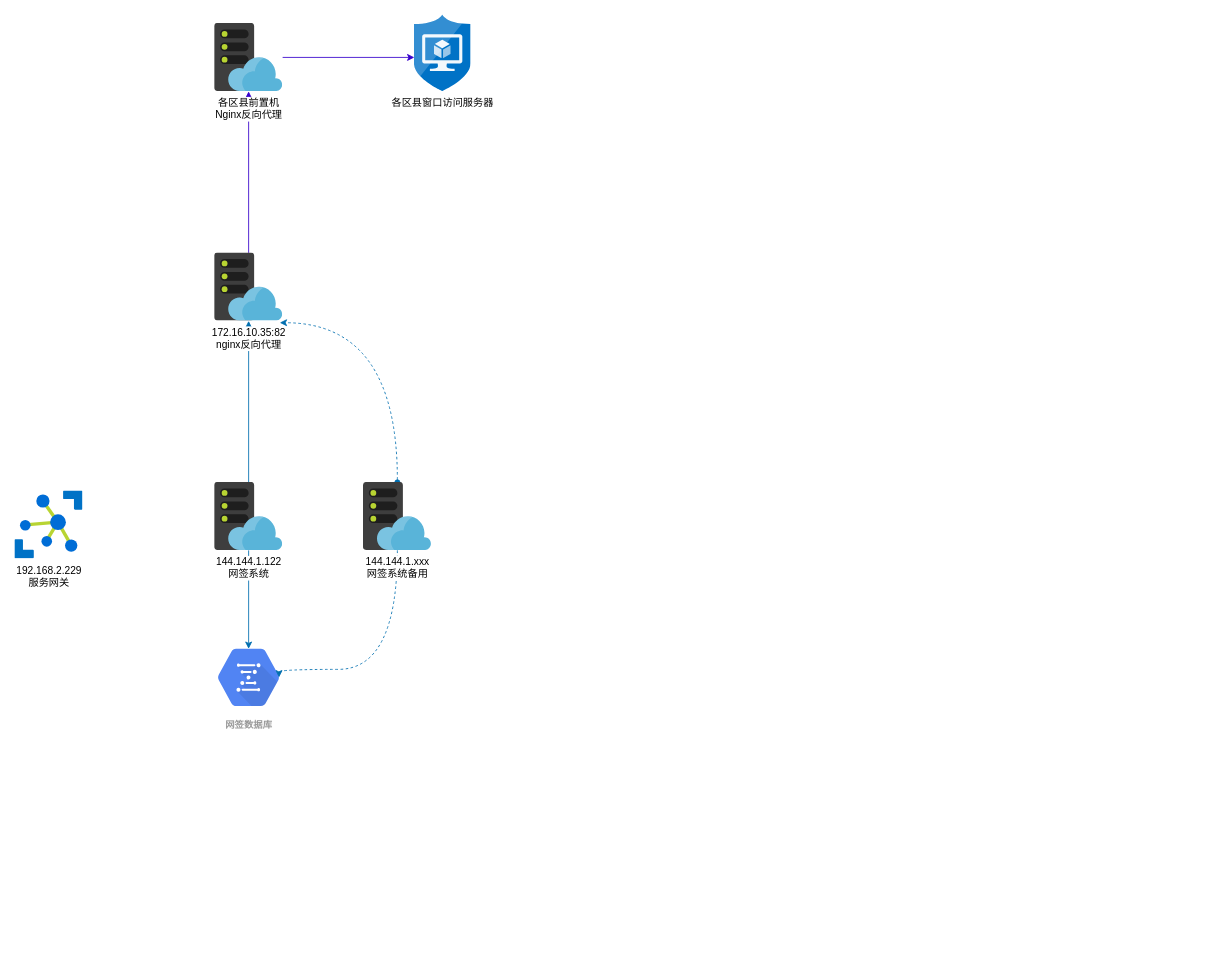
This is 未命名绘图.drawio from JalyCode/core, a draw.io file, before an edit. Source tidied: cells renumbered, new cells numbered last; positions are measured from the earlier drawing's top-left corner, leaving out a move shared by most shapes. Both pictures are drawn from the tidied source at 85%, with x=0, y=0 at pixel (14, 14).
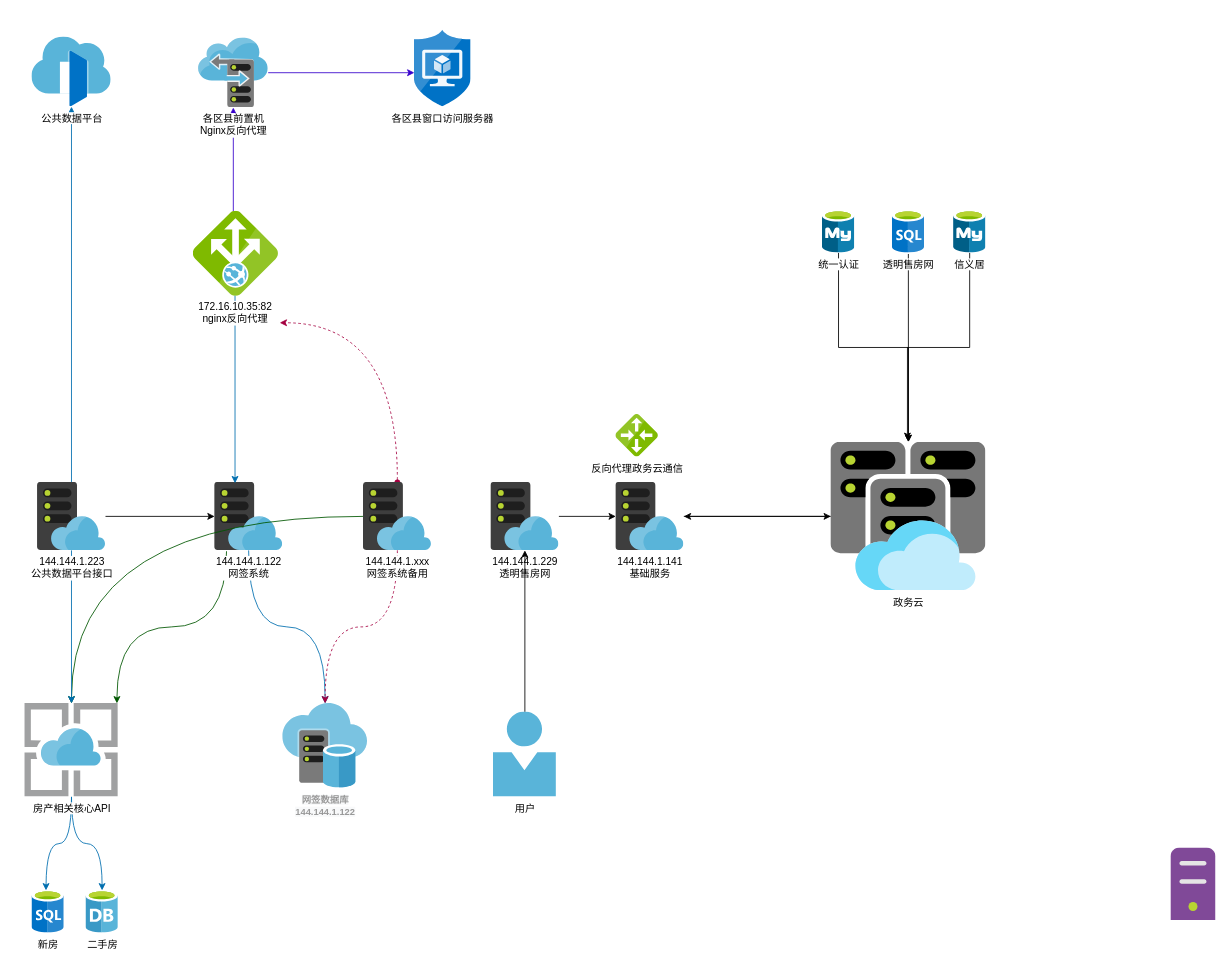
After the change.

Commit message:
更新未命名绘图.drawio

The change refers to these unchanged cells:
```xml
<mxCell id="5" value="144.144.1.122&lt;br style=&quot;box-sizing: border-box ; margin: 0px ; padding: 0px&quot;&gt;网签系统" style="html=1;points=[];align=center;image;fontSize=12;image=img/lib/mscae/WebHosting.svg;" parent="1" vertex="1">
  <mxGeometry x="235" y="550" width="80" height="80" as="geometry" />
</mxCell>
<mxCell id="14" value="144.144.1.xxx&lt;br style=&quot;box-sizing: border-box ; margin: 0px ; padding: 0px&quot;&gt;网签系统备用" style="html=1;points=[];align=center;image;fontSize=12;image=img/lib/mscae/WebHosting.svg;" parent="1" vertex="1">
  <mxGeometry x="410" y="550" width="80" height="80" as="geometry" />
</mxCell>
```

Change to the diagram source:
```diff
@@
-    <mxCell id="2" value="网签数据库" style="html=1;fillColor=#5184F3;strokeColor=none;verticalAlign=top;labelPosition=center;verticalLabelPosition=bottom;align=center;spacingTop=-6;fontSize=11;fontStyle=1;fontColor=#999999;shape=mxgraph.gcp2.hexIcon;prIcon=genomics;" parent="1" vertex="1">
-      <mxGeometry x="220" y="730" width="110" height="99" as="geometry" />
-    </mxCell>
-    <mxCell id="3" style="edgeStyle=orthogonalEdgeStyle;rounded=0;jettySize=auto;html=1;entryX=0.5;entryY=0.16;entryDx=0;entryDy=0;entryPerimeter=0;fillColor=#1ba1e2;strokeColor=#006EAF;" parent="1" edge="1" source="5" target="2">
+    <mxCell id="3" style="edgeStyle=orthogonalEdgeStyle;rounded=0;jettySize=auto;html=1;fillColor=#1ba1e2;strokeColor=#006EAF;curved=1;" parent="1" edge="1" source="5" target="45">
       <mxGeometry relative="1" as="geometry" />
     </mxCell>
-    <mxCell id="4" style="rounded=0;jettySize=auto;html=1;fillColor=#1ba1e2;strokeColor=#006EAF;" parent="1" edge="1" source="5" target="8">
-      <mxGeometry relative="1" as="geometry" />
-    </mxCell>
+    <mxCell id="16" style="edgeStyle=orthogonalEdgeStyle;rounded=0;jettySize=auto;html=1;entryX=0.986;entryY=0;entryDx=0;entryDy=0;entryPerimeter=0;curved=1;exitX=0.175;exitY=1.013;exitDx=0;exitDy=0;exitPerimeter=0;fillColor=#008a00;strokeColor=#005700;" parent="1" edge="1" source="5" target="25">
+      <mxGeometry relative="1" as="geometry" />
+    </mxCell>
@@
-    <mxCell id="6" style="edgeStyle=orthogonalEdgeStyle;rounded=0;jettySize=auto;html=1;fillColor=#6a00ff;strokeColor=#3700CC;" parent="1" edge="1" source="8" target="10">
+    <mxCell id="6" style="edgeStyle=orthogonalEdgeStyle;rounded=0;jettySize=auto;html=1;fillColor=#6a00ff;strokeColor=#3700CC;exitX=0.52;exitY=0.99;exitDx=0;exitDy=0;exitPerimeter=0;" parent="1" edge="1" source="8" target="10">
       <mxGeometry relative="1" as="geometry" />
     </mxCell>
-    <mxCell id="7" style="edgeStyle=orthogonalEdgeStyle;jettySize=auto;html=1;startArrow=oval;startFill=1;curved=1;strokeColor=none;" parent="1" edge="1" source="8" target="14">
-      <mxGeometry relative="1" as="geometry" />
+    <mxCell id="7" style="edgeStyle=orthogonalEdgeStyle;jettySize=auto;html=1;startArrow=oval;startFill=1;curved=1;strokeColor=none;" parent="1" edge="1" target="14">
+      <mxGeometry relative="1" as="geometry">
+        <mxPoint x="315" y="320" as="sourcePoint" />
+      </mxGeometry>
     </mxCell>
-    <mxCell id="8" value="172.16.10.35:82&lt;br style=&quot;box-sizing: border-box ; margin: 0px ; padding: 0px&quot;&gt;nginx反向代理" style="html=1;points=[];align=center;image;fontSize=12;image=img/lib/mscae/WebHosting.svg;" parent="1" vertex="1">
-      <mxGeometry x="235" y="280" width="80" height="80" as="geometry" />
-    </mxCell>
@@
-    <mxCell id="10" value="各区县前置机&lt;br&gt;Nginx反向代理" style="html=1;points=[];align=center;image;fontSize=12;image=img/lib/mscae/WebHosting.svg;" parent="1" vertex="1">
-      <mxGeometry x="235" y="10" width="80" height="80" as="geometry" />
-    </mxCell>
     <mxCell id="11" value="各区县窗口访问服务器" style="html=1;points=[];align=center;image;fontSize=12;image=img/lib/mscae/Application_Security_Groups.svg;" parent="1" vertex="1">
-      <mxGeometry x="470" width="66.6" height="90" as="geometry" />
+      <mxGeometry x="470" y="18" width="66.6" height="90" as="geometry" />
     </mxCell>
-    <mxCell id="12" style="edgeStyle=orthogonalEdgeStyle;rounded=0;jettySize=auto;html=1;entryX=0.825;entryY=0.5;entryDx=0;entryDy=0;entryPerimeter=0;curved=1;fillColor=#1ba1e2;strokeColor=#006EAF;dashed=1;" parent="1" edge="1" source="14" target="2">
-      <mxGeometry relative="1" as="geometry">
-        <Array as="points">
-          <mxPoint x="450" y="770" />
-          <mxPoint x="311" y="770" />
-        </Array>
-      </mxGeometry>
+    <mxCell id="12" style="edgeStyle=orthogonalEdgeStyle;rounded=0;jettySize=auto;html=1;curved=1;fillColor=#d80073;strokeColor=#A50040;dashed=1;" parent="1" edge="1" source="14" target="45">
+      <mxGeometry relative="1" as="geometry" />
     </mxCell>
-    <mxCell id="13" style="edgeStyle=orthogonalEdgeStyle;curved=1;jettySize=auto;html=1;entryX=0.958;entryY=1.027;entryDx=0;entryDy=0;entryPerimeter=0;startArrow=oval;startFill=1;dashed=1;fillColor=#1ba1e2;strokeColor=#006EAF;" parent="1" edge="1" source="14" target="8">
+    <mxCell id="13" style="edgeStyle=orthogonalEdgeStyle;curved=1;jettySize=auto;html=1;entryX=0.958;entryY=1.027;entryDx=0;entryDy=0;entryPerimeter=0;startArrow=oval;startFill=1;dashed=1;fillColor=#d80073;strokeColor=#A50040;" parent="1" edge="1" source="14">
       <mxGeometry relative="1" as="geometry">
+        <mxPoint x="311.6" y="362.2" as="targetPoint" />
         <Array as="points">
           <mxPoint x="450" y="362" />
         </Array>
       </mxGeometry>
     </mxCell>
+    <mxCell id="17" style="edgeStyle=orthogonalEdgeStyle;curved=1;rounded=0;jettySize=auto;html=1;fillColor=#008a00;strokeColor=#005700;" parent="1" edge="1" source="14" target="25">
+      <mxGeometry relative="1" as="geometry" />
+    </mxCell>
@@
-    <mxCell id="15" value="192.168.2.229&lt;br&gt;服务网关" style="html=1;align=center;image;fontSize=12;image=img/lib/mscae/Azure_IoT_Hub.svg;" parent="1" vertex="1">
-      <mxGeometry y="560" width="80" height="80" as="geometry" />
-    </mxCell>
+    <mxCell id="18" style="edgeStyle=orthogonalEdgeStyle;rounded=0;jettySize=auto;html=1;fillColor=#1ba1e2;strokeColor=#006EAF;" parent="1" edge="1" source="21" target="22">
+      <mxGeometry relative="1" as="geometry" />
+    </mxCell>
+    <mxCell id="19" style="edgeStyle=orthogonalEdgeStyle;rounded=0;jettySize=auto;html=1;" parent="1" edge="1" source="21" target="5">
+      <mxGeometry relative="1" as="geometry" />
+    </mxCell>
+    <mxCell id="20" style="edgeStyle=orthogonalEdgeStyle;rounded=0;jettySize=auto;html=1;fillColor=#1ba1e2;strokeColor=#006EAF;" parent="1" edge="1" source="21" target="25">
+      <mxGeometry relative="1" as="geometry" />
+    </mxCell>
+    <mxCell id="21" value="144.144.1.223&lt;br style=&quot;box-sizing: border-box ; margin: 0px ; padding: 0px&quot;&gt;公共数据平台接口" style="html=1;points=[];align=center;image;fontSize=12;image=img/lib/mscae/WebHosting.svg;" parent="1" vertex="1">
+      <mxGeometry x="26.6" y="550" width="80" height="80" as="geometry" />
+    </mxCell>
+    <mxCell id="22" value="公共数据平台" style="html=1;points=[];align=center;image;fontSize=12;image=img/lib/mscae/Front_Doors.svg;" parent="1" vertex="1">
+      <mxGeometry x="20" y="26" width="93.2" height="82" as="geometry" />
+    </mxCell>
+    <mxCell id="23" style="edgeStyle=orthogonalEdgeStyle;curved=1;rounded=0;jettySize=auto;html=1;fillColor=#1ba1e2;strokeColor=#006EAF;" parent="1" edge="1" source="25">
+      <mxGeometry relative="1" as="geometry">
+        <mxPoint x="36.6" y="1030" as="targetPoint" />
+      </mxGeometry>
+    </mxCell>
+    <mxCell id="24" style="edgeStyle=orthogonalEdgeStyle;curved=1;rounded=0;jettySize=auto;html=1;fillColor=#1ba1e2;strokeColor=#006EAF;" parent="1" edge="1" source="25" target="26">
+      <mxGeometry relative="1" as="geometry" />
+    </mxCell>
+    <mxCell id="25" value="房产相关核心API" style="html=1;points=[];align=center;image;fontSize=12;image=img/lib/mscae/App_Service.svg;" parent="1" vertex="1">
+      <mxGeometry x="11.6" y="810" width="110" height="110" as="geometry" />
+    </mxCell>
+    <mxCell id="26" value="二手房" style="html=1;points=[];align=center;image;fontSize=12;image=img/lib/mscae/Database_General.svg;" parent="1" vertex="1">
+      <mxGeometry x="83.6" y="1030" width="38" height="50" as="geometry" />
+    </mxCell>
+    <mxCell id="27" style="edgeStyle=orthogonalEdgeStyle;rounded=0;jettySize=auto;html=1;" parent="1" edge="1" source="28" target="31">
+      <mxGeometry relative="1" as="geometry" />
+    </mxCell>
+    <mxCell id="28" value="政务云" style="html=1;points=[];align=center;image;fontSize=12;image=img/lib/mscae/Virtual_Clusters.svg;" parent="1" vertex="1">
+      <mxGeometry x="960" y="502.5" width="182.3" height="175" as="geometry" />
+    </mxCell>
+    <mxCell id="29" style="edgeStyle=orthogonalEdgeStyle;rounded=0;jettySize=auto;html=1;entryX=0.3;entryY=0.013;entryDx=0;entryDy=0;entryPerimeter=0;elbow=vertical;fillColor=#1ba1e2;strokeColor=#006EAF;" parent="1" edge="1" source="8" target="5">
+      <mxGeometry relative="1" as="geometry" />
+    </mxCell>
+    <mxCell id="8" value="172.16.10.35:82&lt;br style=&quot;box-sizing: border-box ; margin: 0px ; padding: 0px&quot;&gt;nginx反向代理" style="html=1;points=[];align=center;image;fontSize=12;image=img/lib/mscae/Application_Gateway.svg;direction=west;" parent="1" vertex="1">
+      <mxGeometry x="209" y="230" width="100" height="100" as="geometry" />
+    </mxCell>
+    <mxCell id="10" value="各区县前置机&lt;br&gt;Nginx反向代理" style="html=1;points=[];align=center;image;fontSize=12;image=img/lib/mscae/Storage_sync_service.svg;" parent="1" vertex="1">
+      <mxGeometry x="216" y="27" width="82" height="82" as="geometry" />
+    </mxCell>
+    <mxCell id="30" style="edgeStyle=orthogonalEdgeStyle;rounded=0;jettySize=auto;html=1;" parent="1" edge="1" source="31" target="28">
+      <mxGeometry relative="1" as="geometry" />
+    </mxCell>
+    <mxCell id="31" value="144.144.1.141&lt;br&gt;基础服务" style="html=1;points=[];align=center;image;fontSize=12;image=img/lib/mscae/WebHosting.svg;" parent="1" vertex="1">
+      <mxGeometry x="707" y="550" width="80" height="80" as="geometry" />
+    </mxCell>
+    <mxCell id="32" style="edgeStyle=orthogonalEdgeStyle;rounded=0;jettySize=auto;html=1;" parent="1" edge="1" source="33" target="31">
+      <mxGeometry relative="1" as="geometry" />
+    </mxCell>
+    <mxCell id="33" value="144.144.1.229&lt;br style=&quot;box-sizing: border-box ; margin: 0px ; padding: 0px&quot;&gt;透明售房网" style="html=1;points=[];align=center;image;fontSize=12;image=img/lib/mscae/WebHosting.svg;" parent="1" vertex="1">
+      <mxGeometry x="560" y="550" width="80" height="80" as="geometry" />
+    </mxCell>
+    <mxCell id="34" style="edgeStyle=orthogonalEdgeStyle;rounded=0;jettySize=auto;html=1;" parent="1" edge="1" source="35" target="33">
+      <mxGeometry relative="1" as="geometry" />
+    </mxCell>
+    <mxCell id="35" value="用户" style="html=1;points=[];align=center;image;fontSize=12;image=img/lib/mscae/Person.svg;" parent="1" vertex="1">
+      <mxGeometry x="563" y="820" width="74" height="100" as="geometry" />
+    </mxCell>
+    <mxCell id="36" style="edgeStyle=orthogonalEdgeStyle;rounded=0;jettySize=auto;html=1;exitX=0.499;exitY=1.026;exitDx=0;exitDy=0;exitPerimeter=0;" parent="1" edge="1" source="38" target="28">
+      <mxGeometry relative="1" as="geometry" />
+    </mxCell>
+    <mxCell id="37" value="新房" style="html=1;align=center;image;fontSize=12;image=img/lib/mscae/SQL_Database_generic.svg;" parent="1" vertex="1">
+      <mxGeometry x="20" y="1030" width="38" height="50" as="geometry" />
+    </mxCell>
+    <mxCell id="38" value="透明售房网" style="html=1;points=[];align=center;image;fontSize=12;image=img/lib/mscae/SQL_Database_generic.svg;" parent="1" vertex="1">
+      <mxGeometry x="1032.2" y="230" width="38" height="50" as="geometry" />
+    </mxCell>
+    <mxCell id="39" style="edgeStyle=orthogonalEdgeStyle;rounded=0;jettySize=auto;html=1;" parent="1" edge="1" source="40" target="28">
+      <mxGeometry relative="1" as="geometry" />
+    </mxCell>
+    <mxCell id="40" value="统一认证&lt;br&gt;" style="html=1;points=[];align=center;image;fontSize=12;image=img/lib/mscae/Azure_Database_for_MySQL_servers.svg;" parent="1" vertex="1">
+      <mxGeometry x="950" y="230" width="38" height="50" as="geometry" />
+    </mxCell>
+    <mxCell id="41" style="edgeStyle=orthogonalEdgeStyle;rounded=0;jettySize=auto;html=1;entryX=0.494;entryY=-0.014;entryDx=0;entryDy=0;entryPerimeter=0;" parent="1" edge="1" source="42" target="28">
+      <mxGeometry relative="1" as="geometry" />
+    </mxCell>
+    <mxCell id="42" value="信义居" style="html=1;points=[];align=center;image;fontSize=12;image=img/lib/mscae/Azure_Database_for_MySQL_servers.svg;" parent="1" vertex="1">
+      <mxGeometry x="1104.3" y="230" width="38" height="50" as="geometry" />
+    </mxCell>
+    <mxCell id="43" value="反向代理政务云通信" style="html=1;align=center;image;fontSize=12;image=img/lib/mscae/Local_Network_Gateways.svg;" parent="1" vertex="1">
+      <mxGeometry x="707" y="470" width="50" height="50" as="geometry" />
+    </mxCell>
+    <mxCell id="44" style="html=1;align=center;image;fontSize=12;image=img/lib/mscae/Non_Azure_Machine.svg;" parent="1" vertex="1">
+      <mxGeometry x="1360" y="980" width="53" height="85.5" as="geometry" />
+    </mxCell>
+    <mxCell id="45" value="&lt;span style=&quot;color: rgb(153 , 153 , 153) ; font-size: 11px ; font-weight: 700 ; background-color: rgb(248 , 249 , 250)&quot;&gt;网签数据库&lt;/span&gt;&lt;br style=&quot;color: rgb(153 , 153 , 153) ; font-size: 11px ; font-weight: 700 ; background-color: rgb(248 , 249 , 250)&quot;&gt;&lt;span style=&quot;color: rgb(153 , 153 , 153) ; font-size: 11px ; font-weight: 700 ; background-color: rgb(248 , 249 , 250)&quot;&gt;144.144.1.122&lt;/span&gt;" style="html=1;points=[];align=center;image;fontSize=12;image=img/lib/mscae/Virtual_Datacenter.svg;" parent="1" vertex="1">
+      <mxGeometry x="315" y="810" width="100" height="100" as="geometry" />
+    </mxCell>
```
